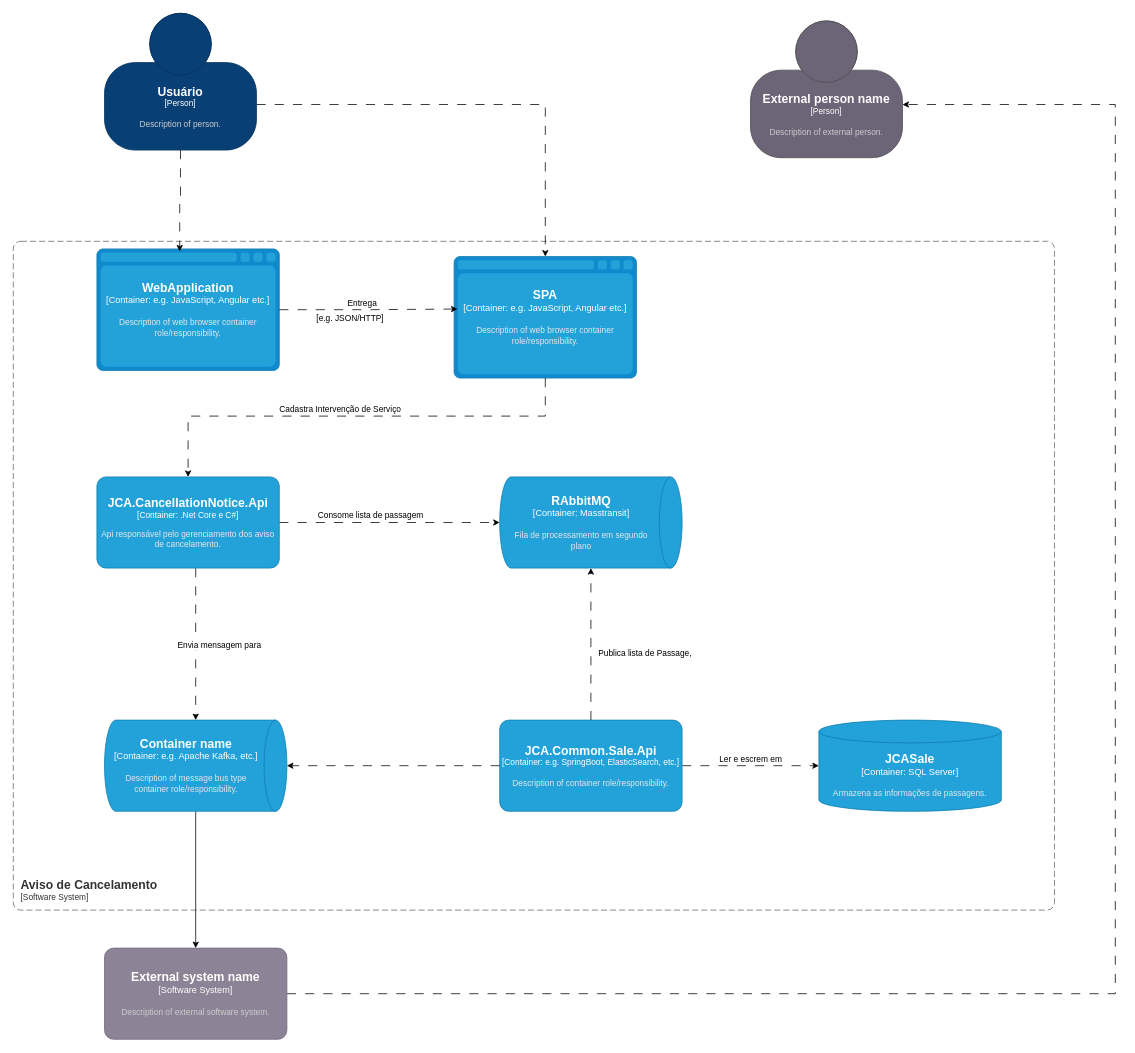
This is projetos/Aviso de Cancelamento.drawio from ppscarvalho/draw.io, a draw.io file, before an edit. Source tidied: cells renumbered, new cells numbered last; positions are measured from the earlier drawing's top-left corner, leaving out a move shared by most shapes. Both pictures are drawn from the tidied source at 76%, with x=0, y=0 at pixel (13, 13).
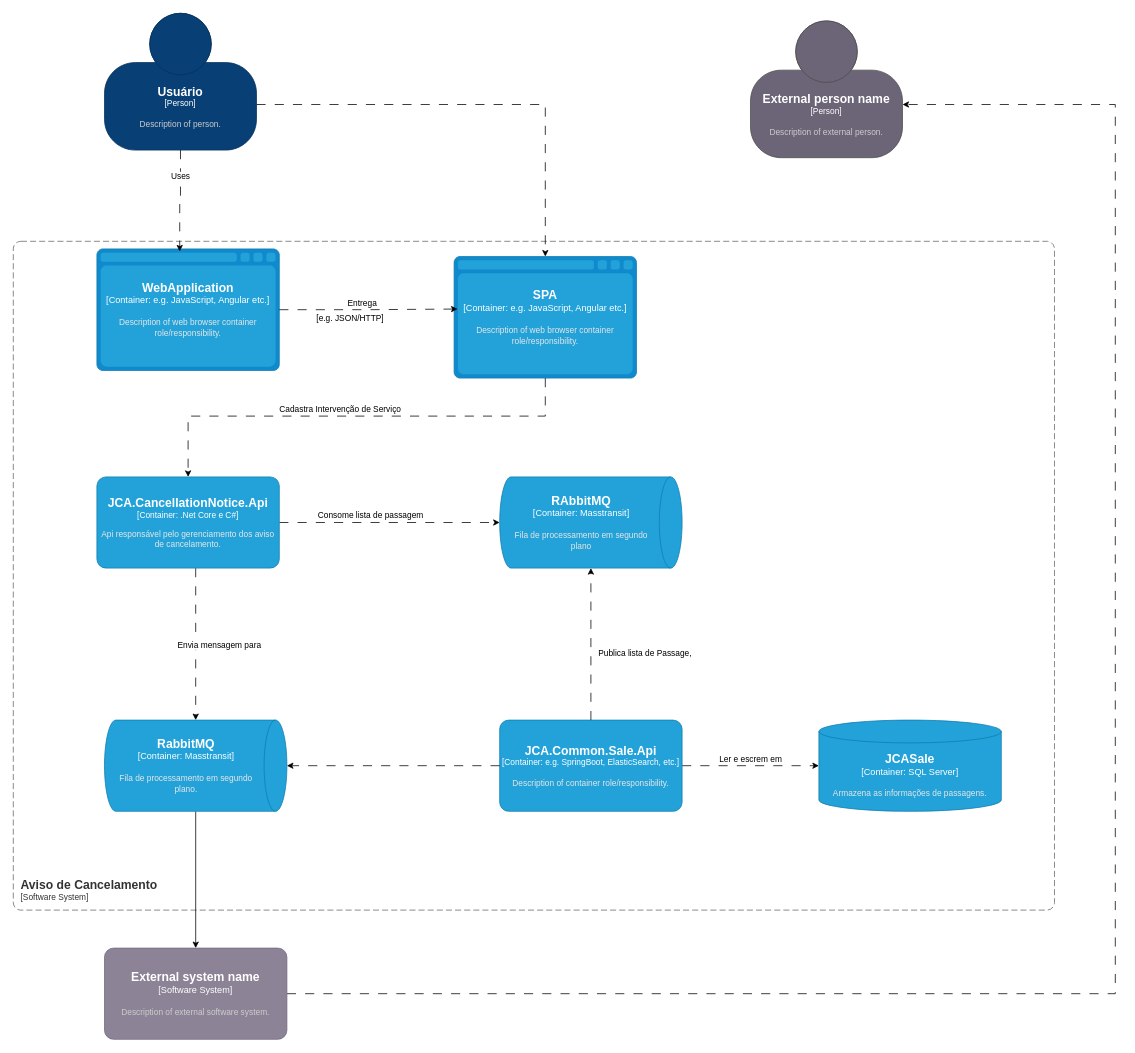
After the change.

The change refers to these unchanged cells:
```xml
<mxCell id="30" style="edgeStyle=orthogonalEdgeStyle;rounded=0;jettySize=auto;html=1;entryX=0.454;entryY=0.021;entryDx=0;entryDy=0;entryPerimeter=0;dashed=1;dashPattern=12 12;" parent="1" edge="1" source="4" target="5">
  <mxGeometry relative="1" as="geometry" />
</mxCell>
```

Change to the diagram source:
```diff
@@
-    <object id="19" label="&lt;font style=&quot;font-size: 16px&quot;&gt;&lt;b&gt;%c4Type%&lt;/b&gt;&lt;/font&gt;&lt;div&gt;[%c4Container%:&amp;nbsp;%c4Technology%]&lt;/div&gt;&lt;br&gt;&lt;div&gt;&lt;font style=&quot;font-size: 11px&quot;&gt;&lt;font color=&quot;#E6E6E6&quot;&gt;%c4Description%&lt;/font&gt;&lt;/div&gt;" c4Container="Container" c4Description="Description of message bus type container role/responsibility." c4Technology="e.g. Apache Kafka, etc." c4Type="Container name" placeholders="1">
+    <object id="19" label="&lt;font style=&quot;font-size: 16px&quot;&gt;&lt;b&gt;%c4Type%&lt;/b&gt;&lt;/font&gt;&lt;div&gt;[%c4Container%:&amp;nbsp;%c4Technology%]&lt;/div&gt;&lt;br&gt;&lt;div&gt;&lt;font style=&quot;font-size: 11px&quot;&gt;&lt;font color=&quot;#E6E6E6&quot;&gt;%c4Description%&lt;/font&gt;&lt;/div&gt;" c4Container="Container" c4Description="Fila de processamento em segundo plano." c4Technology="Masstransit" c4Type="RabbitMQ" placeholders="1">
       <mxCell style="shape=cylinder3;size=15;direction=south;whiteSpace=wrap;html=1;boundedLbl=1;rounded=0;labelBackgroundColor=none;fillColor=#23A2D9;fontSize=12;fontColor=#ffffff;align=center;strokeColor=#0E7DAD;points=[[0.5,0,0],[1,0.25,0],[1,0.5,0],[1,0.75,0],[0.5,1,0],[0,0.75,0],[0,0.5,0],[0,0.25,0]];" parent="1" vertex="1">
         <mxGeometry x="120" y="930" width="240" height="120" as="geometry" />
       </mxCell>
     </object>
@@
+    <mxCell id="31" value="Uses" style="edgeLabel;html=1;align=center;verticalAlign=middle;" parent="30" vertex="1">
+      <mxGeometry x="-0.49" y="-1" relative="1" as="geometry" />
+    </mxCell>
```
